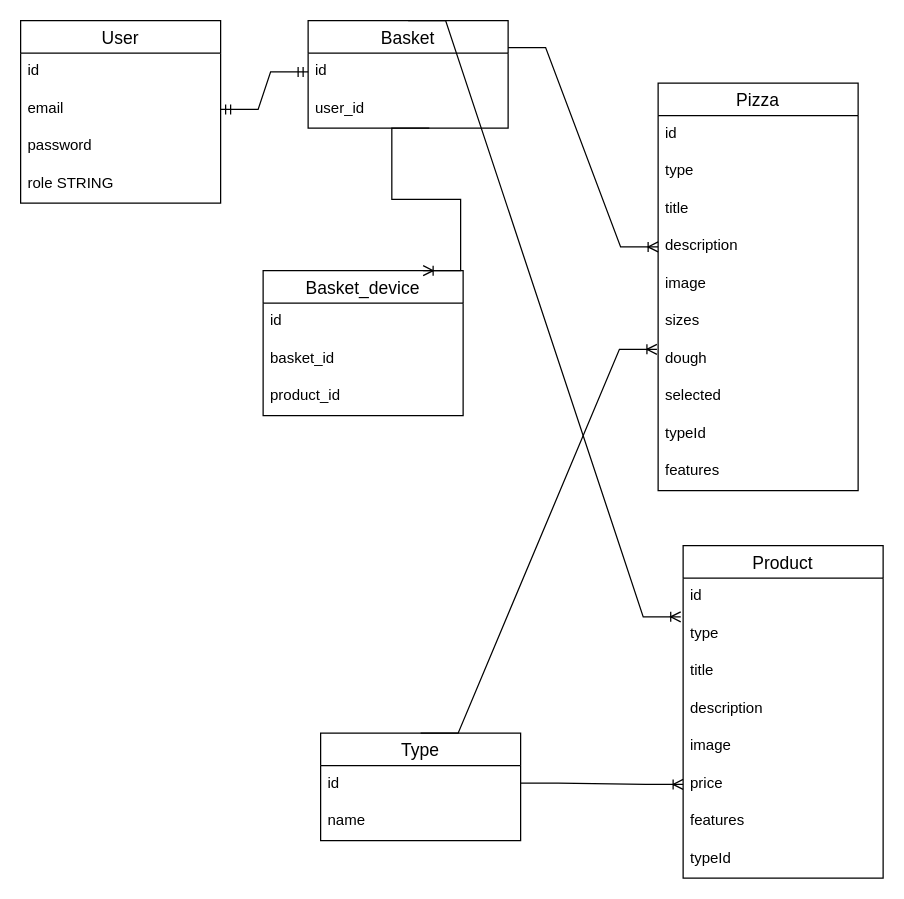
Before: pizza-db.drawio in ALevterov/Pizza-Website-client, a draw.io diagram. Source tidied: cells renumbered, new cells numbered last; positions are measured from the earlier drawing's top-left corner, leaving out a move shared by most shapes. Both pictures are drawn from the tidied source at 125%, with x=0, y=0 at pixel (20, 20).
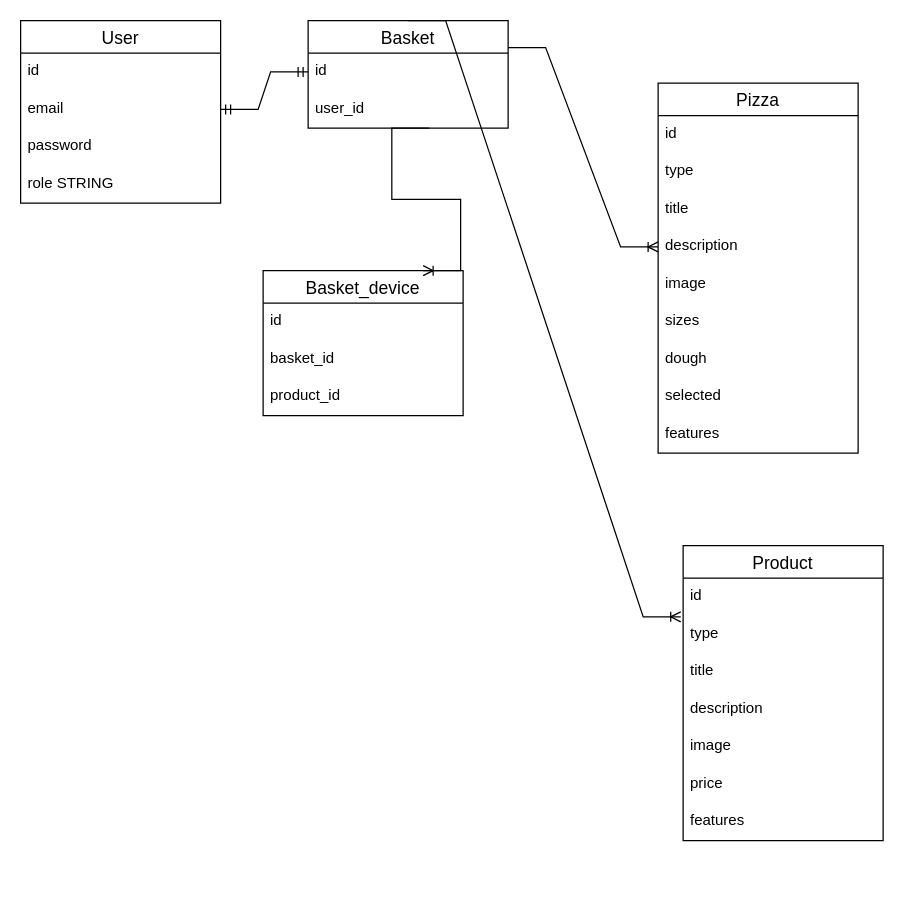
The same page after the edit.

Unchanged cells that the change refers to:
```xml
<mxCell id="18" value="dough" style="text;strokeColor=none;fillColor=none;spacingLeft=4;spacingRight=4;overflow=hidden;points=[[0,0.5],[1,0.5]];portConstraint=eastwest;fontSize=12;" parent="11" vertex="1">
  <mxGeometry y="206" width="160" height="30" as="geometry" />
</mxCell>
<mxCell id="28" value="price" style="text;strokeColor=none;fillColor=none;spacingLeft=4;spacingRight=4;overflow=hidden;points=[[0,0.5],[1,0.5]];portConstraint=eastwest;fontSize=12;" parent="22" vertex="1">
  <mxGeometry y="176" width="160" height="30" as="geometry" />
</mxCell>
```

Change to the diagram source:
```diff
@@
     <mxCell id="11" value="Pizza" style="swimlane;fontStyle=0;horizontal=1;startSize=26;align=center;fontSize=14;" parent="1" vertex="1">
-      <mxGeometry x="510" y="50" width="160" height="326" as="geometry" />
+      <mxGeometry x="510" y="50" width="160" height="296" as="geometry" />
     </mxCell>
@@
-    <mxCell id="20" value="typeId" style="text;strokeColor=none;fillColor=none;spacingLeft=4;spacingRight=4;overflow=hidden;fontSize=12;" parent="11" vertex="1">
-      <mxGeometry y="266" width="160" height="30" as="geometry" />
-    </mxCell>
     <mxCell id="21" value="features" style="text;strokeColor=none;fillColor=none;spacingLeft=4;spacingRight=4;overflow=hidden;fontSize=12;" parent="11" vertex="1">
-      <mxGeometry y="296" width="160" height="30" as="geometry" />
+      <mxGeometry y="266" width="160" height="30" as="geometry" />
     </mxCell>
     <mxCell id="22" value="Product" style="swimlane;fontStyle=0;horizontal=1;startSize=26;align=center;fontSize=14;" parent="1" vertex="1">
-      <mxGeometry x="530" y="420" width="160" height="266" as="geometry" />
+      <mxGeometry x="530" y="420" width="160" height="236" as="geometry" />
     </mxCell>
@@
-    <mxCell id="30" value="typeId" style="text;strokeColor=none;fillColor=none;spacingLeft=4;spacingRight=4;overflow=hidden;fontSize=12;" parent="22" vertex="1">
-      <mxGeometry y="236" width="160" height="30" as="geometry" />
-    </mxCell>
-    <mxCell id="31" value="Type" style="swimlane;fontStyle=0;horizontal=1;startSize=26;align=center;fontSize=14;" parent="1" vertex="1">
-      <mxGeometry x="240" y="570" width="160" height="86" as="geometry" />
-    </mxCell>
-    <mxCell id="32" value="id" style="text;strokeColor=none;fillColor=none;spacingLeft=4;spacingRight=4;overflow=hidden;fontSize=12;" parent="31" vertex="1">
-      <mxGeometry y="26" width="160" height="30" as="geometry" />
-    </mxCell>
-    <mxCell id="33" value="name" style="text;strokeColor=none;fillColor=none;spacingLeft=4;spacingRight=4;overflow=hidden;fontSize=12;" parent="31" vertex="1">
-      <mxGeometry y="56" width="160" height="30" as="geometry" />
-    </mxCell>
-    <mxCell id="34" style="edgeStyle=entityRelationEdgeStyle;fontSize=12;html=1;endArrow=ERoneToMany;rounded=0;entryX=0;entryY=0.5;entryDx=0;entryDy=0;" parent="1" edge="1" target="28">
-      <mxGeometry relative="1" as="geometry">
-        <mxPoint x="400" y="610" as="sourcePoint" />
-      </mxGeometry>
-    </mxCell>
-    <mxCell id="35" style="edgeStyle=entityRelationEdgeStyle;fontSize=12;html=1;endArrow=ERoneToMany;rounded=0;exitX=0.5;exitY=0;exitDx=0;exitDy=0;entryX=-0.006;entryY=0.233;entryDx=0;entryDy=0;entryPerimeter=0;" parent="1" edge="1" source="31" target="18">
-      <mxGeometry relative="1" as="geometry" />
-    </mxCell>
```
